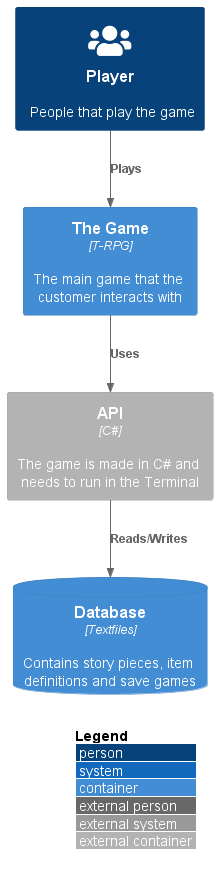
Jesper-Hansenberg/TRPG keeps this PlantUML diagram as 4_Design/ContextDiagram.png. Above is the earlier version. Its diagram source:
```plantuml
@startuml
!include https://raw.githubusercontent.com/plantuml-stdlib/C4-PlantUML/master/C4_Container.puml

!define FONTAWESOME https://raw.githubusercontent.com/tupadr3/plantuml-icon-font-sprites/master/font-awesome-5
!include FONTAWESOME/users.puml

LAYOUT_WITH_LEGEND()

Person(user, "Player", "People that play the game", $sprite="users")
Container(spa, "The Game", "T-RPG", "The main game that the customer interacts with")
Container_Ext(api, "API", "C#", "The game is made in C# and needs to run in the Terminal")
ContainerDb(db, "Database", "Textfiles", "Contains story pieces, item definitions and save games")

Rel(user, spa, "Plays")
Rel(spa, api, "Uses")
Rel(api, db, "Reads/Writes")
@enduml
```
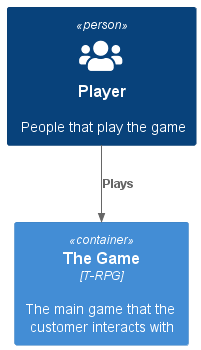
Later version of the same file.

What changed in the source:
```diff
@@ -4,14 +4,9 @@
 !define FONTAWESOME https://raw.githubusercontent.com/tupadr3/plantuml-icon-font-sprites/master/font-awesome-5
 !include FONTAWESOME/users.puml
 
-LAYOUT_WITH_LEGEND()
-
 Person(user, "Player", "People that play the game", $sprite="users")
 Container(spa, "The Game", "T-RPG", "The main game that the customer interacts with")
-Container_Ext(api, "API", "C#", "The game is made in C# and needs to run in the Terminal")
-ContainerDb(db, "Database", "Textfiles", "Contains story pieces, item definitions and save games")
 
 Rel(user, spa, "Plays")
-Rel(spa, api, "Uses")
-Rel(api, db, "Reads/Writes")
+
 @enduml
```
